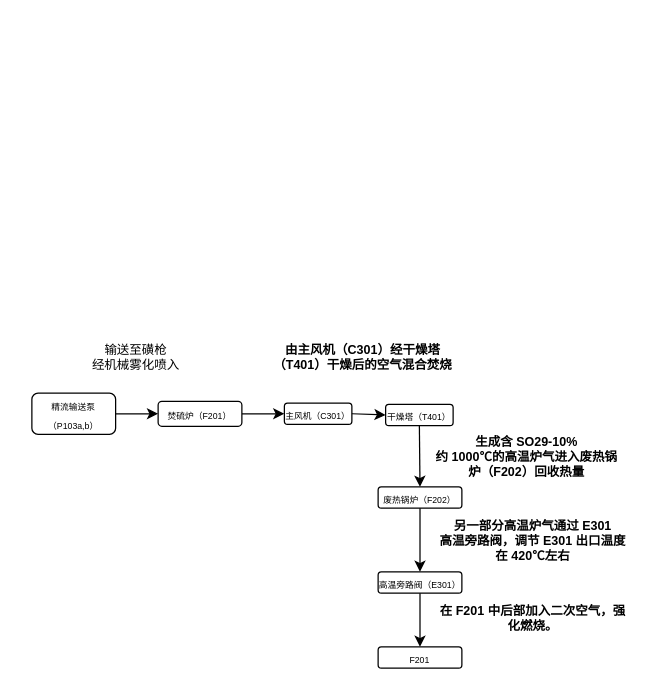
KNAI-I/test keeps this draw.io diagram as page "焚硫" (2 of 3) of dcs.drawio. Above is the earlier version. Source tidied: cells renumbered, new cells numbered last; positions are measured from the earlier drawing's top-left corner, leaving out a move shared by most shapes. Both pictures are drawn from the tidied source at 125%, with x=0, y=0 at pixel (31, 338).
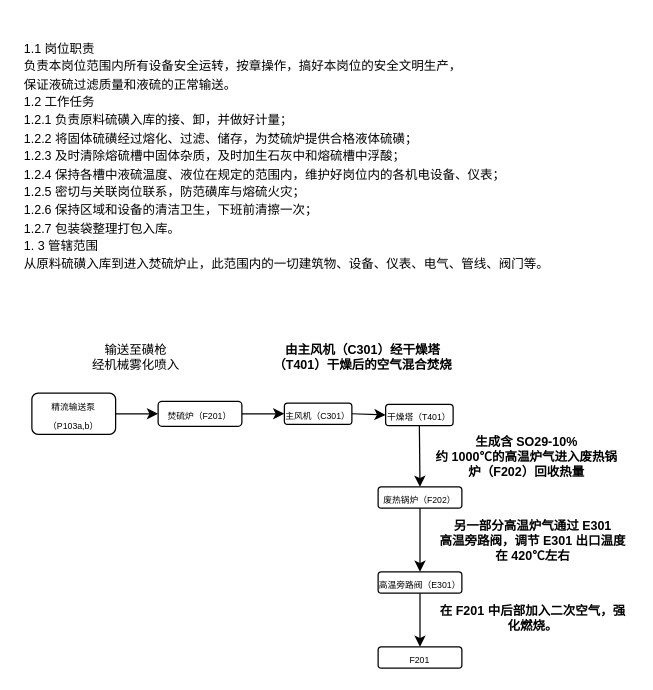
After the change.

Diff of the diagram source:
```diff
@@
+    <mxCell id="20" value="&lt;div&gt;&lt;span style=&quot;font-family: SimSun;&quot;&gt;&lt;font style=&quot;font-size: 10px;&quot;&gt;1.1 岗位职责&lt;br&gt;&lt;/font&gt;&lt;/span&gt;&lt;/div&gt;&lt;div&gt;&lt;span style=&quot;font-family: SimSun;&quot;&gt;&lt;font style=&quot;font-size: 10px;&quot;&gt;负责本岗位范围内所有设备安全运转，按章操作，搞好本岗位的安全文明生产，&lt;br&gt;&lt;/font&gt;&lt;/span&gt;&lt;/div&gt;&lt;div&gt;&lt;span style=&quot;font-family: SimSun;&quot;&gt;&lt;font style=&quot;font-size: 10px;&quot;&gt;保证液硫过滤质量和液硫的正常输送。&lt;br&gt;&lt;/font&gt;&lt;/span&gt;&lt;/div&gt;&lt;div&gt;&lt;span style=&quot;font-family: SimSun;&quot;&gt;&lt;font style=&quot;font-size: 10px;&quot;&gt;1.2 工作任务&lt;br&gt;&lt;/font&gt;&lt;/span&gt;&lt;/div&gt;&lt;div&gt;&lt;span style=&quot;font-family: SimSun;&quot;&gt;&lt;font style=&quot;font-size: 10px;&quot;&gt;1.2.1 负责原料硫磺入库的接、卸，并做好计量；&lt;br&gt;&lt;/font&gt;&lt;/span&gt;&lt;/div&gt;&lt;div&gt;&lt;span style=&quot;font-family: SimSun;&quot;&gt;&lt;font style=&quot;font-size: 10px;&quot;&gt;1.2.2 将固体硫磺经过熔化、过滤、储存，为焚硫炉提供合格液体硫磺；&lt;br&gt;&lt;/font&gt;&lt;/span&gt;&lt;/div&gt;&lt;div&gt;&lt;span style=&quot;font-family: SimSun;&quot;&gt;&lt;font style=&quot;font-size: 10px;&quot;&gt;1.2.3 及时清除熔硫槽中固体杂质，及时加生石灰中和熔硫槽中浮酸；&lt;br&gt;&lt;/font&gt;&lt;/span&gt;&lt;/div&gt;&lt;div&gt;&lt;span style=&quot;font-family: SimSun;&quot;&gt;&lt;font style=&quot;font-size: 10px;&quot;&gt;1.2.4 保持各槽中液硫温度、液位在规定的范围内，维护好岗位内的各机电设&lt;/font&gt;&lt;/span&gt;&lt;span style=&quot;font-size: 10px; font-family: SimSun; background-color: transparent; color: light-dark(rgb(0, 0, 0), rgb(255, 255, 255));&quot;&gt;备、仪表；&lt;/span&gt;&lt;/div&gt;&lt;div&gt;&lt;span style=&quot;font-family: SimSun;&quot;&gt;&lt;font style=&quot;font-size: 10px;&quot;&gt;1.2.5 密切与关联岗位联系，防范磺库与熔硫火灾；&lt;br&gt;&lt;/font&gt;&lt;/span&gt;&lt;/div&gt;&lt;div style=&quot;&quot;&gt;&lt;span style=&quot;font-family: SimSun;&quot;&gt;&lt;font style=&quot;font-size: 10px;&quot;&gt;1.2.6 保持区域和设备的清洁卫生，下班前清擦一次；&lt;br&gt;&lt;/font&gt;&lt;/span&gt;&lt;/div&gt;&lt;div&gt;&lt;span style=&quot;font-family: SimSun;&quot;&gt;&lt;font style=&quot;font-size: 10px;&quot;&gt;1.2.7 包装袋整理打包入库。&lt;br&gt;&lt;/font&gt;&lt;/span&gt;&lt;/div&gt;&lt;div&gt;&lt;span style=&quot;font-family: SimSun;&quot;&gt;&lt;font style=&quot;font-size: 10px;&quot;&gt;1. 3 管辖范围&lt;br&gt;&lt;/font&gt;&lt;/span&gt;&lt;/div&gt;&lt;div&gt;&lt;span style=&quot;font-family: SimSun;&quot;&gt;&lt;font style=&quot;font-size: 10px;&quot;&gt;从原料硫磺入库到进入焚硫炉止，此范围内的一切建筑物、设备、仪表、电气、&lt;/font&gt;&lt;/span&gt;&lt;span style=&quot;font-size: 10px; font-family: SimSun; background-color: transparent; color: light-dark(rgb(0, 0, 0), rgb(255, 255, 255));&quot;&gt;管线、阀门等。&amp;nbsp;&lt;/span&gt;&lt;/div&gt;&lt;div&gt;&lt;br&gt;&lt;/div&gt;" style="text;html=1;align=left;verticalAlign=middle;whiteSpace=wrap;rounded=0;" parent="1" vertex="1">
+      <mxGeometry x="-8" y="-253" width="431.5" height="227" as="geometry" />
+    </mxCell>
```
